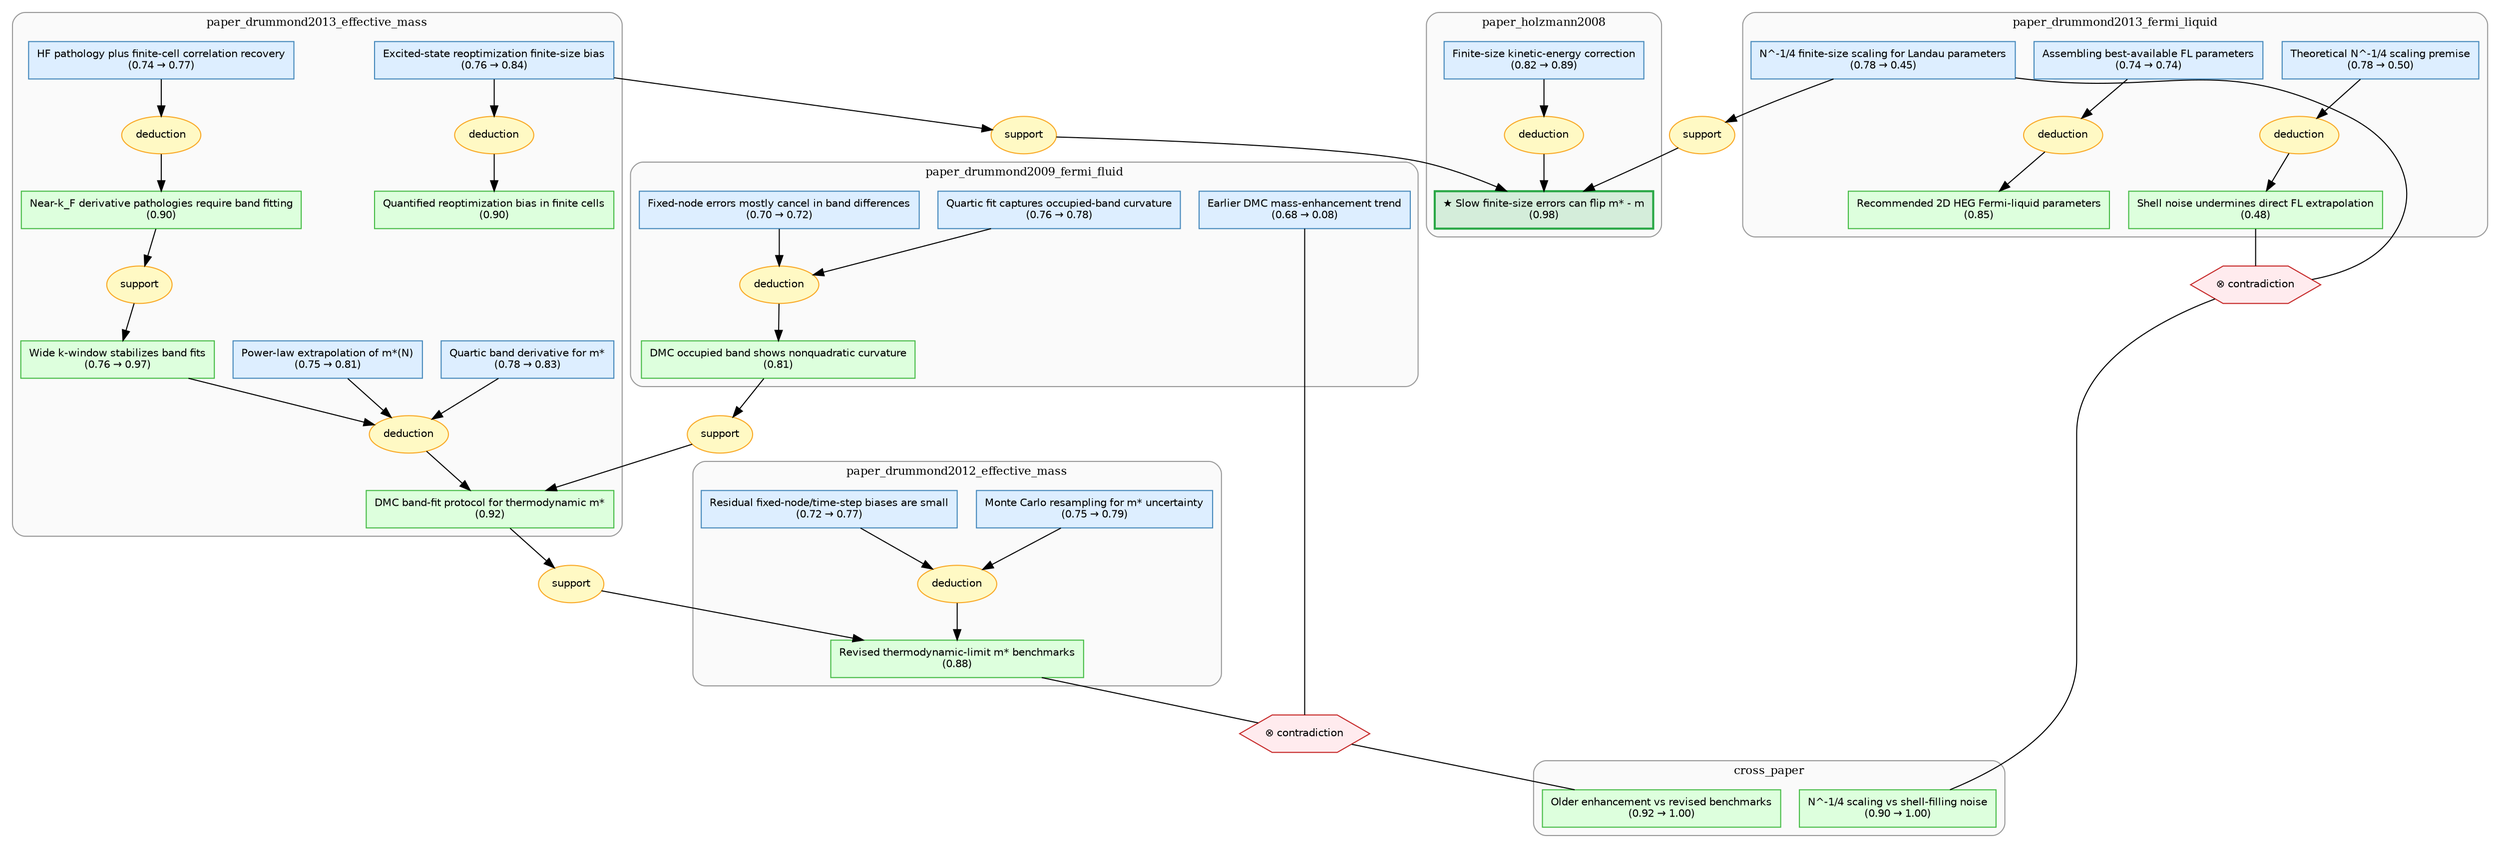
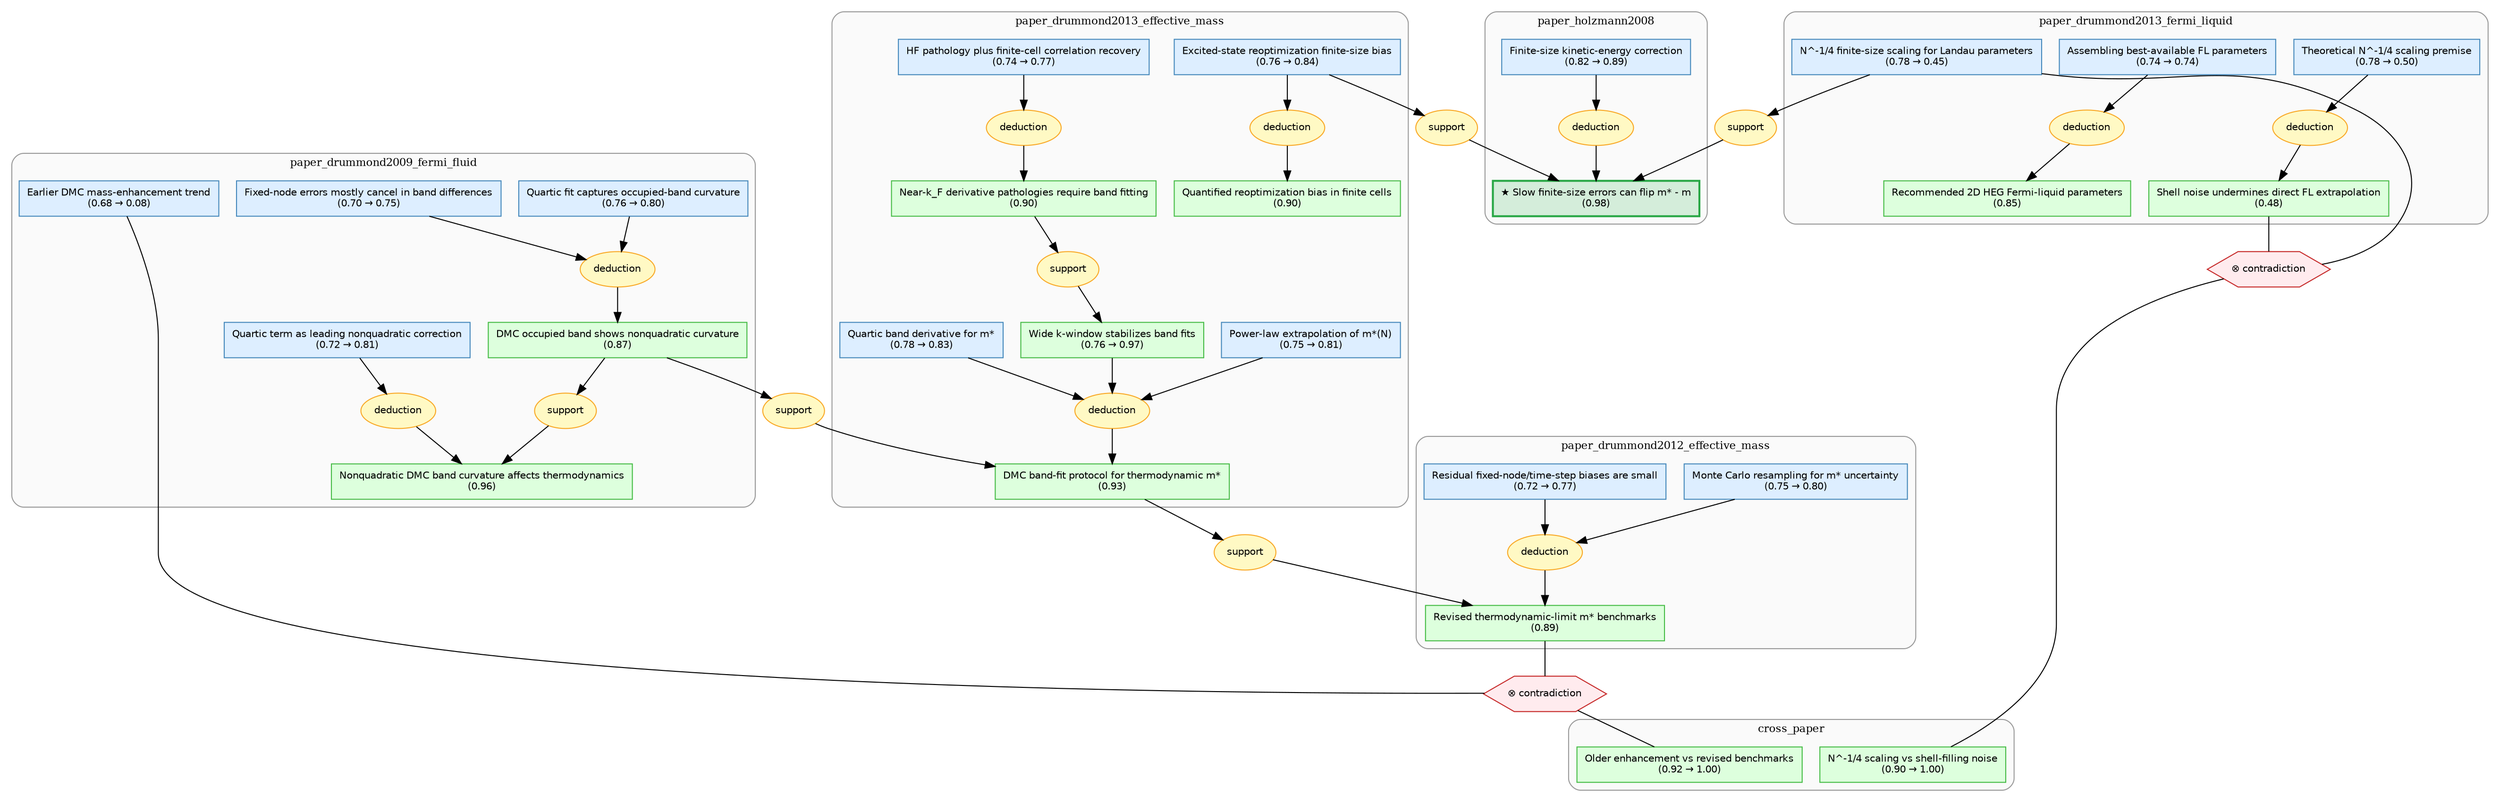
digraph starmap {
    rankdir=TB;
    compound=true;
    node [fontname="Helvetica", fontsize=10];
    edge [fontname="Helvetica", fontsize=9];

    subgraph cluster_cross_paper {
        label="cross_paper";
        style="rounded,filled";
        fillcolor="#fafafa";
        color="#999999";
        fontsize=11;

        "local:twodheg_effective_mass::older_dmc_enhancement_vs_revised_dmc_benchmarks" [label="Older enhancement vs revised benchmarks\n(0.92 → 1.00)", shape=box, style=filled, fillcolor="#ddffdd", color="#44bb44"];
        "local:twodheg_effective_mass::n_quarter_scaling_vs_shell_filling_noise" [label="N^-1/4 scaling vs shell-filling noise\n(0.90 → 1.00)", shape=box, style=filled, fillcolor="#ddffdd", color="#44bb44"];
    }

    subgraph cluster_paper_drummond2009_fermi_fluid {
        label="paper_drummond2009_fermi_fluid";
        style="rounded,filled";
        fillcolor="#fafafa";
        color="#999999";
        fontsize=11;

        "local:twodheg_effective_mass::gcn_4d1aad1470d54895" [label="Earlier DMC mass-enhancement trend\n(0.68 → 0.08)", shape=box, style=filled, fillcolor="#ddeeff", color="#4488bb"];
-         "local:twodheg_effective_mass::gcn_f6686a4225a043a6" [label="Quartic fit captures occupied-band curvature\n(0.76 → 0.78)", shape=box, style=filled, fillcolor="#ddeeff", color="#4488bb"];
-         "local:twodheg_effective_mass::gcn_fd7adbfff0f146ba" [label="Fixed-node errors mostly cancel in band differences\n(0.70 → 0.72)", shape=box, style=filled, fillcolor="#ddeeff", color="#4488bb"];
-         "local:twodheg_effective_mass::gcn_bf915935b1fd4326" [label="DMC occupied band shows nonquadratic curvature\n(0.81)", shape=box, style=filled, fillcolor="#ddffdd", color="#44bb44"];
+         "local:twodheg_effective_mass::gcn_f6686a4225a043a6" [label="Quartic fit captures occupied-band curvature\n(0.76 → 0.80)", shape=box, style=filled, fillcolor="#ddeeff", color="#4488bb"];
+         "local:twodheg_effective_mass::gcn_fd7adbfff0f146ba" [label="Fixed-node errors mostly cancel in band differences\n(0.70 → 0.75)", shape=box, style=filled, fillcolor="#ddeeff", color="#4488bb"];
+         "local:twodheg_effective_mass::gcn_bf915935b1fd4326" [label="DMC occupied band shows nonquadratic curvature\n(0.87)", shape=box, style=filled, fillcolor="#ddffdd", color="#44bb44"];
+         "local:twodheg_effective_mass::gcn_888498a0614d40d7" [label="Quartic term as leading nonquadratic correction\n(0.72 → 0.81)", shape=box, style=filled, fillcolor="#ddeeff", color="#4488bb"];
+         "local:twodheg_effective_mass::gcn_318b062f17344859" [label="Nonquadratic DMC band curvature affects thermodynamics\n(0.96)", shape=box, style=filled, fillcolor="#ddffdd", color="#44bb44"];
        "strat_6" [label="deduction", shape=ellipse, style=filled, fillcolor="#fff9c4", color="#f9a825"];
+         "strat_7" [label="deduction", shape=ellipse, style=filled, fillcolor="#fff9c4", color="#f9a825"];
+         "strat_14" [label="support", shape=ellipse, style=filled, fillcolor="#fff9c4", color="#f9a825"];
    }

    subgraph cluster_paper_drummond2012_effective_mass {
        label="paper_drummond2012_effective_mass";
        style="rounded,filled";
        fillcolor="#fafafa";
        color="#999999";
        fontsize=11;

-         "local:twodheg_effective_mass::gcn_a685639571304474" [label="Monte Carlo resampling for m* uncertainty\n(0.75 → 0.79)", shape=box, style=filled, fillcolor="#ddeeff", color="#4488bb"];
+         "local:twodheg_effective_mass::gcn_a685639571304474" [label="Monte Carlo resampling for m* uncertainty\n(0.75 → 0.80)", shape=box, style=filled, fillcolor="#ddeeff", color="#4488bb"];
        "local:twodheg_effective_mass::gcn_17c63b5dc2154f15" [label="Residual fixed-node/time-step biases are small\n(0.72 → 0.77)", shape=box, style=filled, fillcolor="#ddeeff", color="#4488bb"];
-         "local:twodheg_effective_mass::gcn_b7a7d456a05d4129" [label="Revised thermodynamic-limit m* benchmarks\n(0.88)", shape=box, style=filled, fillcolor="#ddffdd", color="#44bb44"];
-         "strat_7" [label="deduction", shape=ellipse, style=filled, fillcolor="#fff9c4", color="#f9a825"];
+         "local:twodheg_effective_mass::gcn_b7a7d456a05d4129" [label="Revised thermodynamic-limit m* benchmarks\n(0.89)", shape=box, style=filled, fillcolor="#ddffdd", color="#44bb44"];
+         "strat_8" [label="deduction", shape=ellipse, style=filled, fillcolor="#fff9c4", color="#f9a825"];
    }

    subgraph cluster_paper_drummond2013_effective_mass {
        label="paper_drummond2013_effective_mass";
        style="rounded,filled";
        fillcolor="#fafafa";
        color="#999999";
        fontsize=11;

        "local:twodheg_effective_mass::gcn_850fc9d9de314026" [label="Excited-state reoptimization finite-size bias\n(0.76 → 0.84)", shape=box, style=filled, fillcolor="#ddeeff", color="#4488bb"];
        "local:twodheg_effective_mass::gcn_c7b10e47e2ab45e1" [label="Quantified reoptimization bias in finite cells\n(0.90)", shape=box, style=filled, fillcolor="#ddffdd", color="#44bb44"];
        "local:twodheg_effective_mass::gcn_48797cba2bf44d90" [label="Quartic band derivative for m*\n(0.78 → 0.83)", shape=box, style=filled, fillcolor="#ddeeff", color="#4488bb"];
        "local:twodheg_effective_mass::gcn_1e8fcb7ef934428d" [label="Power-law extrapolation of m*(N)\n(0.75 → 0.81)", shape=box, style=filled, fillcolor="#ddeeff", color="#4488bb"];
        "local:twodheg_effective_mass::gcn_50e263dc961541e0" [label="Wide k-window stabilizes band fits\n(0.76 → 0.97)", shape=box, style=filled, fillcolor="#ddffdd", color="#44bb44"];
-         "local:twodheg_effective_mass::gcn_a981a2b787514e47" [label="DMC band-fit protocol for thermodynamic m*\n(0.92)", shape=box, style=filled, fillcolor="#ddffdd", color="#44bb44"];
+         "local:twodheg_effective_mass::gcn_a981a2b787514e47" [label="DMC band-fit protocol for thermodynamic m*\n(0.93)", shape=box, style=filled, fillcolor="#ddffdd", color="#44bb44"];
        "local:twodheg_effective_mass::gcn_f6ca85b75deb46ba" [label="HF pathology plus finite-cell correlation recovery\n(0.74 → 0.77)", shape=box, style=filled, fillcolor="#ddeeff", color="#4488bb"];
        "local:twodheg_effective_mass::gcn_8df2cd5b49524aac" [label="Near-k_F derivative pathologies require band fitting\n(0.90)", shape=box, style=filled, fillcolor="#ddffdd", color="#44bb44"];
        "strat_3" [label="deduction", shape=ellipse, style=filled, fillcolor="#fff9c4", color="#f9a825"];
        "strat_4" [label="deduction", shape=ellipse, style=filled, fillcolor="#fff9c4", color="#f9a825"];
        "strat_5" [label="deduction", shape=ellipse, style=filled, fillcolor="#fff9c4", color="#f9a825"];
-         "strat_11" [label="support", shape=ellipse, style=filled, fillcolor="#fff9c4", color="#f9a825"];
+         "strat_12" [label="support", shape=ellipse, style=filled, fillcolor="#fff9c4", color="#f9a825"];
    }

    subgraph cluster_paper_drummond2013_fermi_liquid {
        label="paper_drummond2013_fermi_liquid";
        style="rounded,filled";
        fillcolor="#fafafa";
        color="#999999";
        fontsize=11;

        "local:twodheg_effective_mass::gcn_219b34bd252c43fa" [label="N^-1/4 finite-size scaling for Landau parameters\n(0.78 → 0.45)", shape=box, style=filled, fillcolor="#ddeeff", color="#4488bb"];
        "local:twodheg_effective_mass::gcn_3ceb44ae3f404964" [label="Theoretical N^-1/4 scaling premise\n(0.78 → 0.50)", shape=box, style=filled, fillcolor="#ddeeff", color="#4488bb"];
        "local:twodheg_effective_mass::gcn_3db07703d3684507" [label="Shell noise undermines direct FL extrapolation\n(0.48)", shape=box, style=filled, fillcolor="#ddffdd", color="#44bb44"];
        "local:twodheg_effective_mass::gcn_836bae7457044c7a" [label="Assembling best-available FL parameters\n(0.74 → 0.74)", shape=box, style=filled, fillcolor="#ddeeff", color="#4488bb"];
        "local:twodheg_effective_mass::gcn_306f15c9d5814e23" [label="Recommended 2D HEG Fermi-liquid parameters\n(0.85)", shape=box, style=filled, fillcolor="#ddffdd", color="#44bb44"];
        "strat_1" [label="deduction", shape=ellipse, style=filled, fillcolor="#fff9c4", color="#f9a825"];
        "strat_2" [label="deduction", shape=ellipse, style=filled, fillcolor="#fff9c4", color="#f9a825"];
    }

    subgraph cluster_paper_holzmann2008 {
        label="paper_holzmann2008";
        style="rounded,filled";
        fillcolor="#fafafa";
        color="#999999";
        fontsize=11;

        "local:twodheg_effective_mass::gcn_da3eecec49114543" [label="Finite-size kinetic-energy correction\n(0.82 → 0.89)", shape=box, style=filled, fillcolor="#ddeeff", color="#4488bb"];
        "local:twodheg_effective_mass::gcn_28b9e01bd2f8487f" [label="★ Slow finite-size errors can flip m* - m\n(0.98)", shape=box, style=filled, fillcolor="#d4edda", color="#28a745", penwidth=2];
        "strat_0" [label="deduction", shape=ellipse, style=filled, fillcolor="#fff9c4", color="#f9a825"];
    }

    // cross-module strategy/operator nodes (outside clusters)
-     "strat_8" [label="support", shape=ellipse, style=filled, fillcolor="#fff9c4", color="#f9a825"];
    "strat_9" [label="support", shape=ellipse, style=filled, fillcolor="#fff9c4", color="#f9a825"];
    "strat_10" [label="support", shape=ellipse, style=filled, fillcolor="#fff9c4", color="#f9a825"];
-     "strat_12" [label="support", shape=ellipse, style=filled, fillcolor="#fff9c4", color="#f9a825"];
+     "strat_11" [label="support", shape=ellipse, style=filled, fillcolor="#fff9c4", color="#f9a825"];
+     "strat_13" [label="support", shape=ellipse, style=filled, fillcolor="#fff9c4", color="#f9a825"];
    "oper_0" [label="⊗ contradiction", shape=hexagon, style=filled, fillcolor="#ffebee", color="#c62828"];
    "oper_1" [label="⊗ contradiction", shape=hexagon, style=filled, fillcolor="#ffebee", color="#c62828"];

    // edges
    "local:twodheg_effective_mass::gcn_da3eecec49114543" -> "strat_0";
    "strat_0" -> "local:twodheg_effective_mass::gcn_28b9e01bd2f8487f";
    "local:twodheg_effective_mass::gcn_3ceb44ae3f404964" -> "strat_1";
    "strat_1" -> "local:twodheg_effective_mass::gcn_3db07703d3684507";
    "local:twodheg_effective_mass::gcn_836bae7457044c7a" -> "strat_2";
    "strat_2" -> "local:twodheg_effective_mass::gcn_306f15c9d5814e23";
    "local:twodheg_effective_mass::gcn_850fc9d9de314026" -> "strat_3";
    "strat_3" -> "local:twodheg_effective_mass::gcn_c7b10e47e2ab45e1";
    "local:twodheg_effective_mass::gcn_48797cba2bf44d90" -> "strat_4";
    "local:twodheg_effective_mass::gcn_1e8fcb7ef934428d" -> "strat_4";
    "local:twodheg_effective_mass::gcn_50e263dc961541e0" -> "strat_4";
    "strat_4" -> "local:twodheg_effective_mass::gcn_a981a2b787514e47";
    "local:twodheg_effective_mass::gcn_f6ca85b75deb46ba" -> "strat_5";
    "strat_5" -> "local:twodheg_effective_mass::gcn_8df2cd5b49524aac";
    "local:twodheg_effective_mass::gcn_f6686a4225a043a6" -> "strat_6";
    "local:twodheg_effective_mass::gcn_fd7adbfff0f146ba" -> "strat_6";
    "strat_6" -> "local:twodheg_effective_mass::gcn_bf915935b1fd4326";
-     "local:twodheg_effective_mass::gcn_a685639571304474" -> "strat_7";
-     "local:twodheg_effective_mass::gcn_17c63b5dc2154f15" -> "strat_7";
-     "strat_7" -> "local:twodheg_effective_mass::gcn_b7a7d456a05d4129";
-     "local:twodheg_effective_mass::gcn_219b34bd252c43fa" -> "strat_8";
-     "strat_8" -> "local:twodheg_effective_mass::gcn_28b9e01bd2f8487f";
-     "local:twodheg_effective_mass::gcn_850fc9d9de314026" -> "strat_9";
+     "local:twodheg_effective_mass::gcn_888498a0614d40d7" -> "strat_7";
+     "strat_7" -> "local:twodheg_effective_mass::gcn_318b062f17344859";
+     "local:twodheg_effective_mass::gcn_a685639571304474" -> "strat_8";
+     "local:twodheg_effective_mass::gcn_17c63b5dc2154f15" -> "strat_8";
+     "strat_8" -> "local:twodheg_effective_mass::gcn_b7a7d456a05d4129";
+     "local:twodheg_effective_mass::gcn_219b34bd252c43fa" -> "strat_9";
    "strat_9" -> "local:twodheg_effective_mass::gcn_28b9e01bd2f8487f";
-     "local:twodheg_effective_mass::gcn_a981a2b787514e47" -> "strat_10";
-     "strat_10" -> "local:twodheg_effective_mass::gcn_b7a7d456a05d4129";
-     "local:twodheg_effective_mass::gcn_8df2cd5b49524aac" -> "strat_11";
-     "strat_11" -> "local:twodheg_effective_mass::gcn_50e263dc961541e0";
-     "local:twodheg_effective_mass::gcn_bf915935b1fd4326" -> "strat_12";
-     "strat_12" -> "local:twodheg_effective_mass::gcn_a981a2b787514e47";
+     "local:twodheg_effective_mass::gcn_850fc9d9de314026" -> "strat_10";
+     "strat_10" -> "local:twodheg_effective_mass::gcn_28b9e01bd2f8487f";
+     "local:twodheg_effective_mass::gcn_a981a2b787514e47" -> "strat_11";
+     "strat_11" -> "local:twodheg_effective_mass::gcn_b7a7d456a05d4129";
+     "local:twodheg_effective_mass::gcn_8df2cd5b49524aac" -> "strat_12";
+     "strat_12" -> "local:twodheg_effective_mass::gcn_50e263dc961541e0";
+     "local:twodheg_effective_mass::gcn_bf915935b1fd4326" -> "strat_13";
+     "strat_13" -> "local:twodheg_effective_mass::gcn_a981a2b787514e47";
+     "local:twodheg_effective_mass::gcn_bf915935b1fd4326" -> "strat_14";
+     "strat_14" -> "local:twodheg_effective_mass::gcn_318b062f17344859";
    "local:twodheg_effective_mass::gcn_4d1aad1470d54895" -> "oper_0" [dir=none];
    "local:twodheg_effective_mass::gcn_b7a7d456a05d4129" -> "oper_0" [dir=none];
    "oper_0" -> "local:twodheg_effective_mass::older_dmc_enhancement_vs_revised_dmc_benchmarks" [dir=none];
    "local:twodheg_effective_mass::gcn_219b34bd252c43fa" -> "oper_1" [dir=none];
    "local:twodheg_effective_mass::gcn_3db07703d3684507" -> "oper_1" [dir=none];
    "oper_1" -> "local:twodheg_effective_mass::n_quarter_scaling_vs_shell_filling_noise" [dir=none];
}
